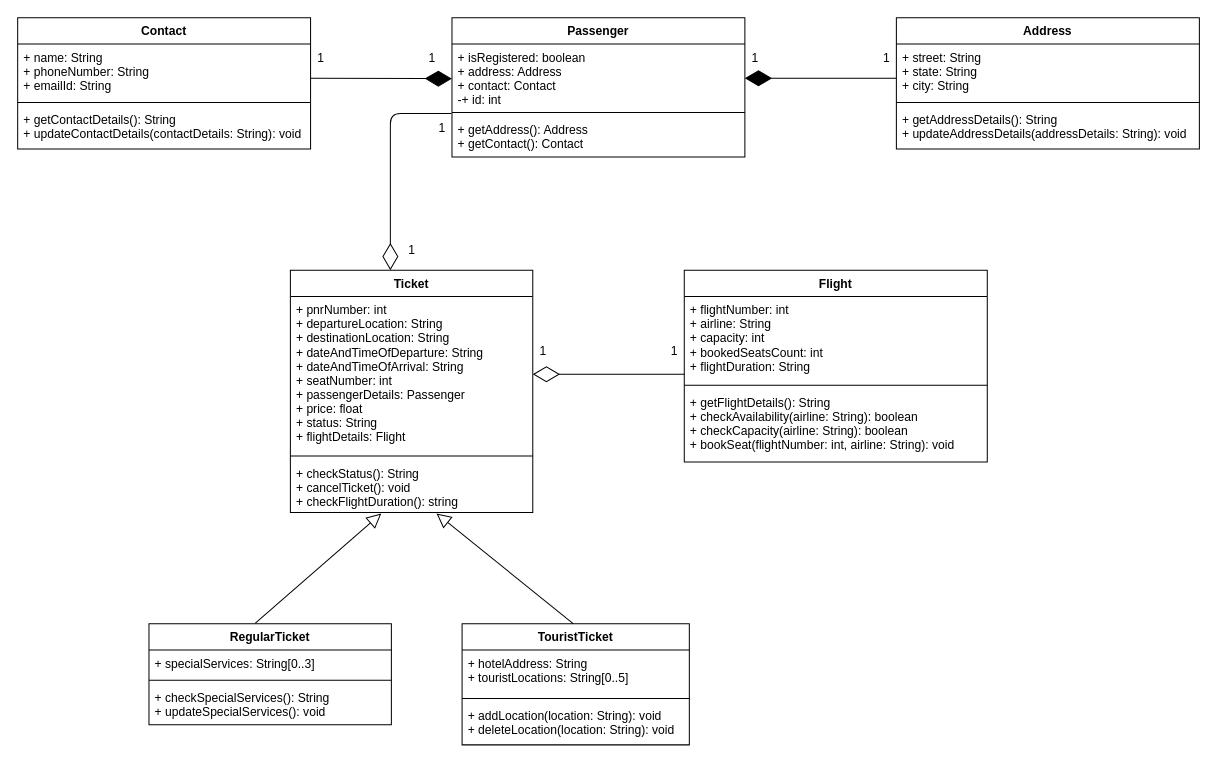
Earlier version of the draw.io diagram FRS.drawio (SohamDandekar/Flight-Reservation-System). Source tidied: cells renumbered, new cells numbered last; positions are measured from the earlier drawing's top-left corner, leaving out a move shared by most shapes. Both pictures are drawn from the tidied source at 101%, with x=0, y=0 at pixel (17, 17).
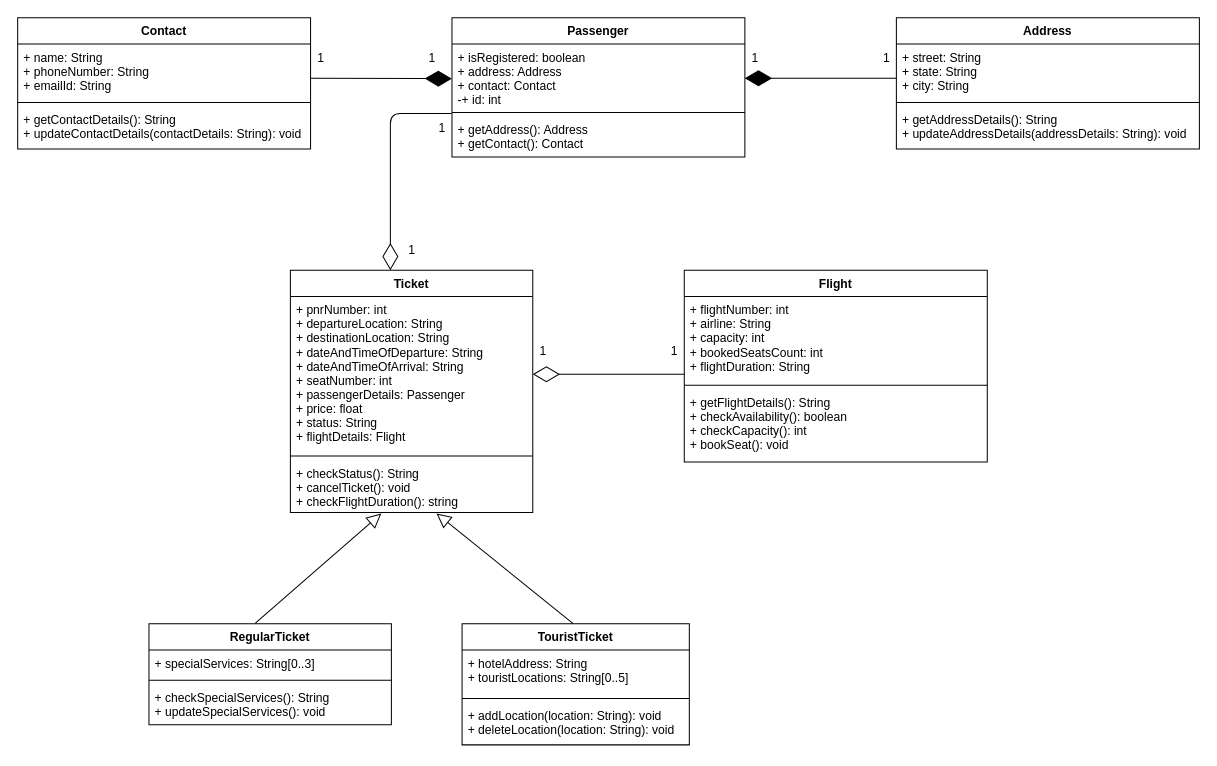
Above is the later version.

Unchanged cells that the change refers to:
```xml
<mxCell id="10" value="Flight" style="swimlane;fontStyle=1;align=center;verticalAlign=top;horizontal=1;startSize=26;" parent="1" vertex="1">
  <mxGeometry x="660" y="250" width="300" height="190" as="geometry" />
</mxCell>
```

Change to the diagram source:
```diff
@@
-    <mxCell id="13" value="+ getFlightDetails(): String&#10;+ checkAvailability(airline: String): boolean&#10;+ checkCapacity(airline: String): boolean&#10;+ bookSeat(flightNumber: int, airline: String): void&#10;" style="text;strokeColor=none;fillColor=none;align=left;verticalAlign=top;spacingLeft=4;spacingRight=4;overflow=hidden;" parent="10" vertex="1">
+    <mxCell id="13" value="+ getFlightDetails(): String&#10;+ checkAvailability(): boolean&#10;+ checkCapacity(): int&#10;+ bookSeat(): void&#10;" style="text;strokeColor=none;fillColor=none;align=left;verticalAlign=top;spacingLeft=4;spacingRight=4;overflow=hidden;" parent="10" vertex="1">
       <mxGeometry y="118" width="300" height="72" as="geometry" />
     </mxCell>
```
